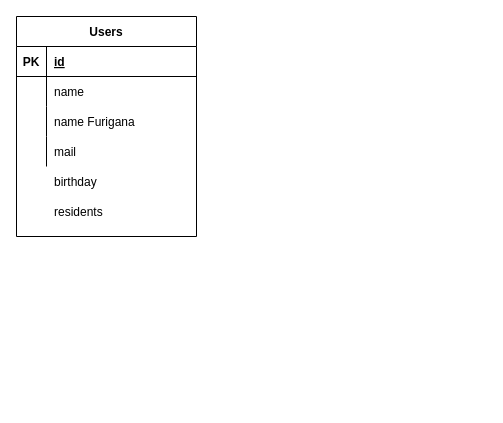
Above: db-image.dio in Yuta-KTD/quelcode-php-db (draw.io), before the change. Source tidied: cells renumbered, new cells numbered last; positions are measured from the earlier drawing's top-left corner, leaving out a move shared by most shapes. Both pictures are drawn from the tidied source at 100%, with x=0, y=0 at pixel (16, 16).
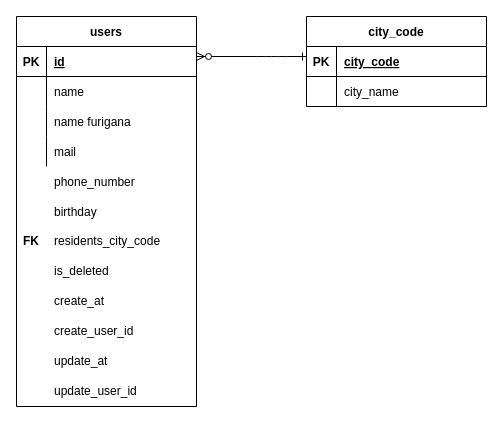
After the change.

Unchanged cells that the change refers to:
```xml
<mxCell id="9" style="shape=partialRectangle;fillColor=none;top=0;left=0;bottom=0;right=0;" parent="2" vertex="1">
  <mxGeometry y="90" width="180" height="30" as="geometry" />
</mxCell>
```

Diff of the diagram source:
```diff
@@
-    <mxCell id="2" value="Users" style="shape=table;startSize=30;childLayout=tableLayout;rowLines=0;fontStyle=1;align=center;" parent="1" vertex="1">
-      <mxGeometry width="180" height="220" as="geometry" />
+    <mxCell id="2" value="users" style="shape=table;startSize=30;childLayout=tableLayout;rowLines=0;fontStyle=1;align=center;" parent="1" vertex="1">
+      <mxGeometry width="180" height="390" as="geometry" />
     </mxCell>
@@
-    <mxCell id="11" value="name Furigana" style="shape=partialRectangle;fillColor=none;top=0;left=0;bottom=0;right=0;align=left;spacingLeft=6;overflow=hidden;" parent="9" vertex="1">
+    <mxCell id="11" value="name furigana" style="shape=partialRectangle;fillColor=none;top=0;left=0;bottom=0;right=0;align=left;spacingLeft=6;overflow=hidden;" parent="9" vertex="1">
       <mxGeometry x="30" width="150" height="30" as="geometry" />
     </mxCell>
@@
     <mxCell id="15" value="birthday" style="shape=partialRectangle;fillColor=none;top=0;left=0;bottom=0;right=0;align=left;spacingLeft=6;overflow=hidden;fontStyle=0;" parent="1" vertex="1">
-      <mxGeometry x="30" y="150" width="150" height="30" as="geometry" />
+      <mxGeometry x="30" y="180" width="150" height="30" as="geometry" />
     </mxCell>
-    <mxCell id="16" value="residents" style="shape=partialRectangle;fillColor=none;top=0;left=0;bottom=0;right=0;align=left;spacingLeft=6;overflow=hidden;" parent="1" vertex="1">
-      <mxGeometry x="30" y="180" width="150" height="30" as="geometry" />
+    <mxCell id="16" value="residents_city_code" style="shape=partialRectangle;fillColor=none;top=0;left=0;bottom=0;right=0;align=left;spacingLeft=6;overflow=hidden;" parent="1" vertex="1">
+      <mxGeometry x="30" y="209" width="150" height="30" as="geometry" />
     </mxCell>
+    <mxCell id="17" value="phone_number" style="shape=partialRectangle;fillColor=none;top=0;left=0;bottom=0;right=0;align=left;spacingLeft=6;overflow=hidden;" parent="1" vertex="1">
+      <mxGeometry x="30" y="150" width="150" height="30" as="geometry" />
+    </mxCell>
+    <mxCell id="18" value="create_at" style="shape=partialRectangle;fillColor=none;top=0;left=0;bottom=0;right=0;align=left;spacingLeft=6;overflow=hidden;fontStyle=0;" parent="1" vertex="1">
+      <mxGeometry x="30" y="269" width="150" height="30" as="geometry" />
+    </mxCell>
+    <mxCell id="19" value="is_deleted" style="shape=partialRectangle;fillColor=none;top=0;left=0;bottom=0;right=0;align=left;spacingLeft=6;overflow=hidden;fontStyle=0;" parent="1" vertex="1">
+      <mxGeometry x="30" y="239" width="150" height="30" as="geometry" />
+    </mxCell>
+    <mxCell id="20" value="city_code" style="shape=table;startSize=30;childLayout=tableLayout;rowLines=0;fontStyle=1;align=center;" parent="1" vertex="1">
+      <mxGeometry x="290" width="180" height="90" as="geometry" />
+    </mxCell>
+    <mxCell id="21" style="shape=partialRectangle;fillColor=none;top=0;left=0;bottom=1;right=0;" parent="20" vertex="1">
+      <mxGeometry y="30" width="180" height="30" as="geometry" />
+    </mxCell>
+    <mxCell id="22" value="PK" style="shape=partialRectangle;fillColor=none;top=0;left=0;bottom=0;right=0;fontStyle=1;overflow=hidden;" parent="21" vertex="1">
+      <mxGeometry width="30" height="30" as="geometry" />
+    </mxCell>
+    <mxCell id="23" value="city_code" style="shape=partialRectangle;fillColor=none;top=0;left=0;bottom=0;right=0;align=left;spacingLeft=6;fontStyle=5;overflow=hidden;" parent="21" vertex="1">
+      <mxGeometry x="30" width="150" height="30" as="geometry" />
+    </mxCell>
+    <mxCell id="24" style="shape=partialRectangle;fillColor=none;top=0;left=0;bottom=0;right=0;" parent="20" vertex="1">
+      <mxGeometry y="60" width="180" height="30" as="geometry" />
+    </mxCell>
+    <mxCell id="25" style="shape=partialRectangle;fillColor=none;top=0;left=0;bottom=0;right=0;overflow=hidden;" parent="24" vertex="1">
+      <mxGeometry width="30" height="30" as="geometry" />
+    </mxCell>
+    <mxCell id="26" value="city_name" style="shape=partialRectangle;fillColor=none;top=0;left=0;bottom=0;right=0;align=left;spacingLeft=6;overflow=hidden;" parent="24" vertex="1">
+      <mxGeometry x="30" width="150" height="30" as="geometry" />
+    </mxCell>
+    <mxCell id="27" value="create_user_id" style="shape=partialRectangle;fillColor=none;top=0;left=0;bottom=0;right=0;align=left;spacingLeft=6;overflow=hidden;fontStyle=0;" parent="1" vertex="1">
+      <mxGeometry x="30" y="299" width="150" height="30" as="geometry" />
+    </mxCell>
+    <mxCell id="28" value="update_at" style="shape=partialRectangle;fillColor=none;top=0;left=0;bottom=0;right=0;align=left;spacingLeft=6;overflow=hidden;fontStyle=0;" parent="1" vertex="1">
+      <mxGeometry x="30" y="329" width="150" height="30" as="geometry" />
+    </mxCell>
+    <mxCell id="29" value="update_user_id" style="shape=partialRectangle;fillColor=none;top=0;left=0;bottom=0;right=0;align=left;spacingLeft=6;overflow=hidden;fontStyle=0;" parent="1" vertex="1">
+      <mxGeometry x="30" y="359" width="150" height="30" as="geometry" />
+    </mxCell>
+    <mxCell id="30" value="FK" style="shape=partialRectangle;fillColor=none;top=0;left=0;bottom=0;right=0;fontStyle=1;overflow=hidden;" parent="1" vertex="1">
+      <mxGeometry y="209" width="30" height="30" as="geometry" />
+    </mxCell>
+    <mxCell id="31" style="edgeStyle=entityRelationEdgeStyle;fontSize=12;html=1;endArrow=ERone;endFill=1;" parent="1" edge="1">
+      <mxGeometry relative="1" as="geometry">
+        <mxPoint x="220" y="40" as="sourcePoint" />
+        <mxPoint x="290" y="40" as="targetPoint" />
+      </mxGeometry>
+    </mxCell>
+    <mxCell id="32" style="fontSize=12;html=1;endArrow=ERzeroToMany;endFill=1;" parent="1" edge="1">
+      <mxGeometry relative="1" as="geometry">
+        <mxPoint x="240" y="40" as="sourcePoint" />
+        <mxPoint x="180" y="40" as="targetPoint" />
+      </mxGeometry>
+    </mxCell>
```
